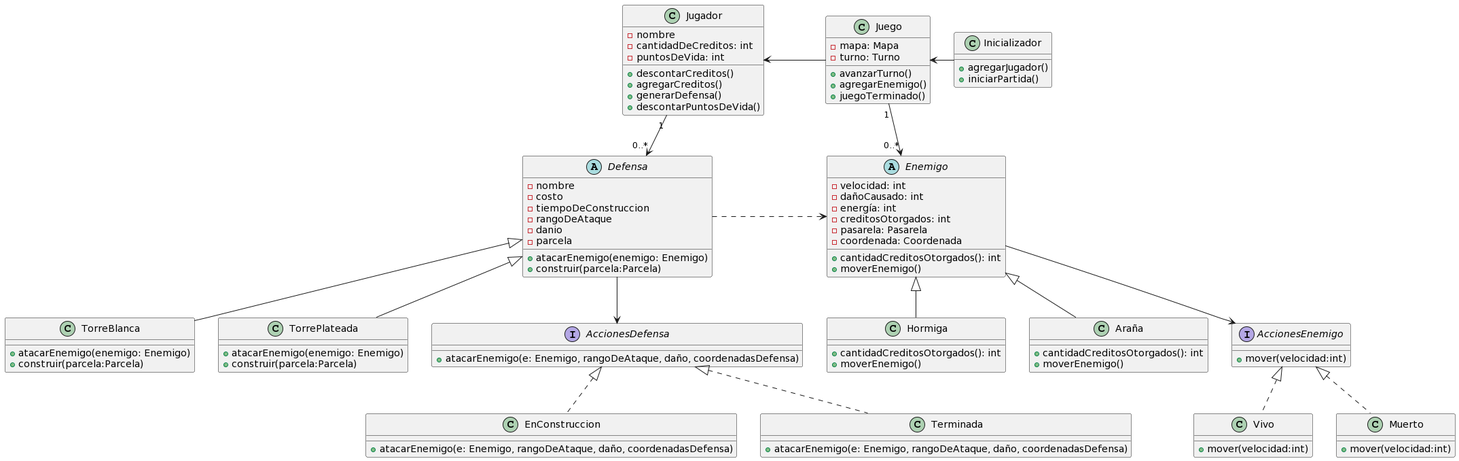
Above: diagrams/classes/DC_1.png in Aldumogi/AlgoDefense (PlantUML), before the change.
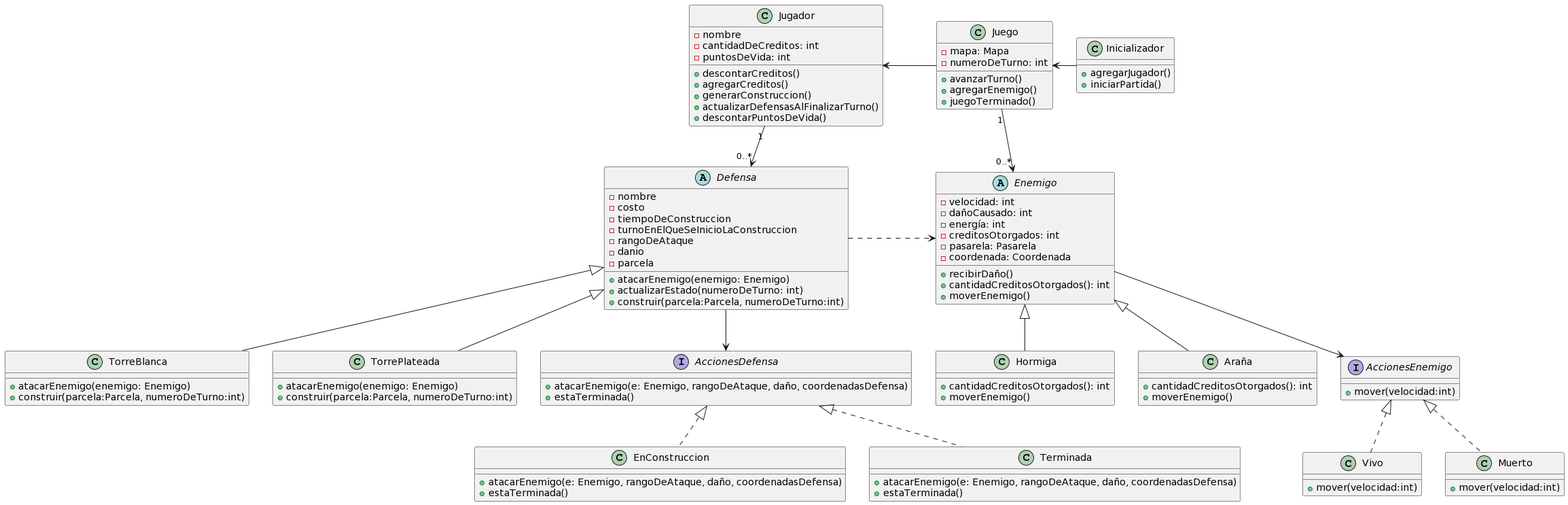
After the commit.

Diff of the diagram source:
```diff
@@ -6,6 +6,7 @@
 - creditosOtorgados: int
 - pasarela: Pasarela
 - coordenada: Coordenada
++ recibirDaño()
 + cantidadCreditosOtorgados(): int
 + moverEnemigo()
 }
@@ -22,7 +23,7 @@
 
 class Juego {
 - mapa: Mapa
-- turno: Turno
+- numeroDeTurno: int
 + avanzarTurno()
 + agregarEnemigo()
 + juegoTerminado()
@@ -37,21 +38,23 @@
 - nombre
 - costo
 - tiempoDeConstruccion
+- turnoEnElQueSeInicioLaConstruccion
 - rangoDeAtaque
 - danio
 - parcela
 + atacarEnemigo(enemigo: Enemigo)
-+ construir(parcela:Parcela)
++ actualizarEstado(numeroDeTurno: int)
++ construir(parcela:Parcela, numeroDeTurno:int)
 }
 
 class TorreBlanca {
 + atacarEnemigo(enemigo: Enemigo)
-+ construir(parcela:Parcela)
++ construir(parcela:Parcela, numeroDeTurno:int)
 }
 
 class TorrePlateada {
 + atacarEnemigo(enemigo: Enemigo)
-+ construir(parcela:Parcela)
++ construir(parcela:Parcela, numeroDeTurno:int)
 }
 
 class Jugador {
@@ -60,21 +63,25 @@
 - puntosDeVida: int
 + descontarCreditos()
 + agregarCreditos()
-+ generarDefensa()
++ generarConstruccion()
++ actualizarDefensasAlFinalizarTurno()
 + descontarPuntosDeVida()
 }
 
 
 interface AccionesDefensa {
 +atacarEnemigo(e: Enemigo, rangoDeAtaque, daño, coordenadasDefensa)
++estaTerminada()
 }
 
 class EnConstruccion {
 +atacarEnemigo(e: Enemigo, rangoDeAtaque, daño, coordenadasDefensa)
++estaTerminada()
 }
 
 class Terminada {
 +atacarEnemigo(e: Enemigo, rangoDeAtaque, daño, coordenadasDefensa)
++estaTerminada()
 }
 
 
```
